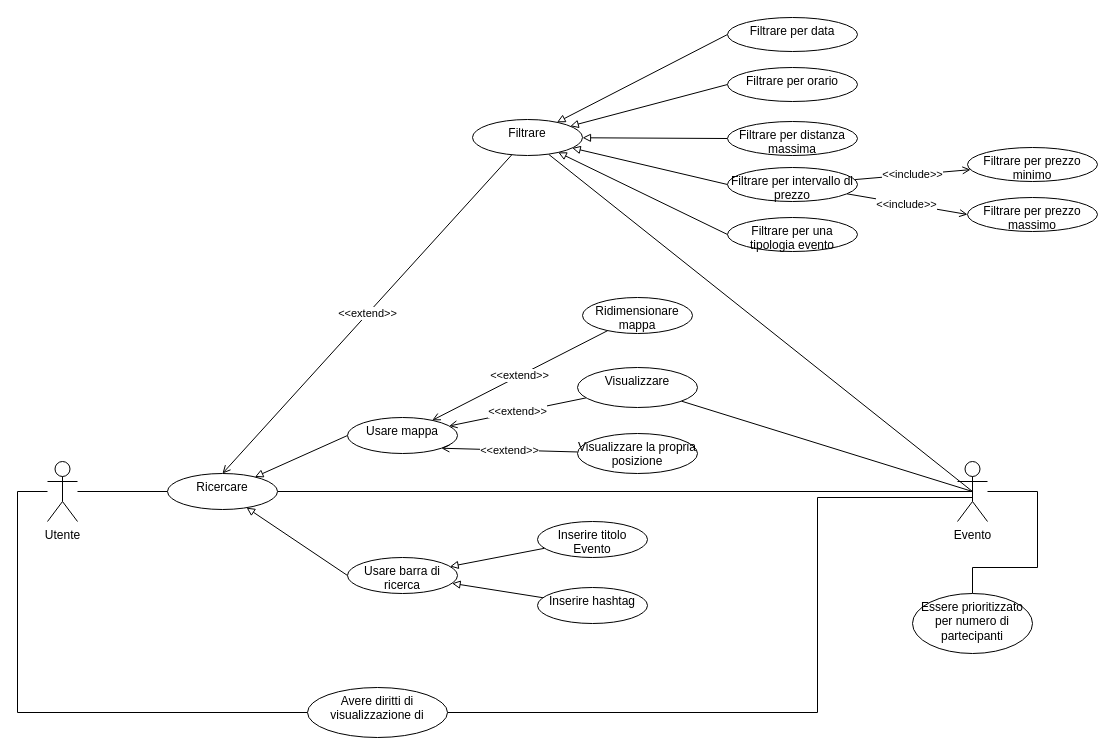
4spot-team/documentation keeps this draw.io diagram as UseCase/RF06_Ricerca_Mappa/Ricerca_Mappa.drawio. Above is the earlier version. Source tidied: cells renumbered, new cells numbered last; positions are measured from the earlier drawing's top-left corner, leaving out a move shared by most shapes. Both pictures are drawn from the tidied source at 100%, with x=0, y=0 at pixel (17, 17).
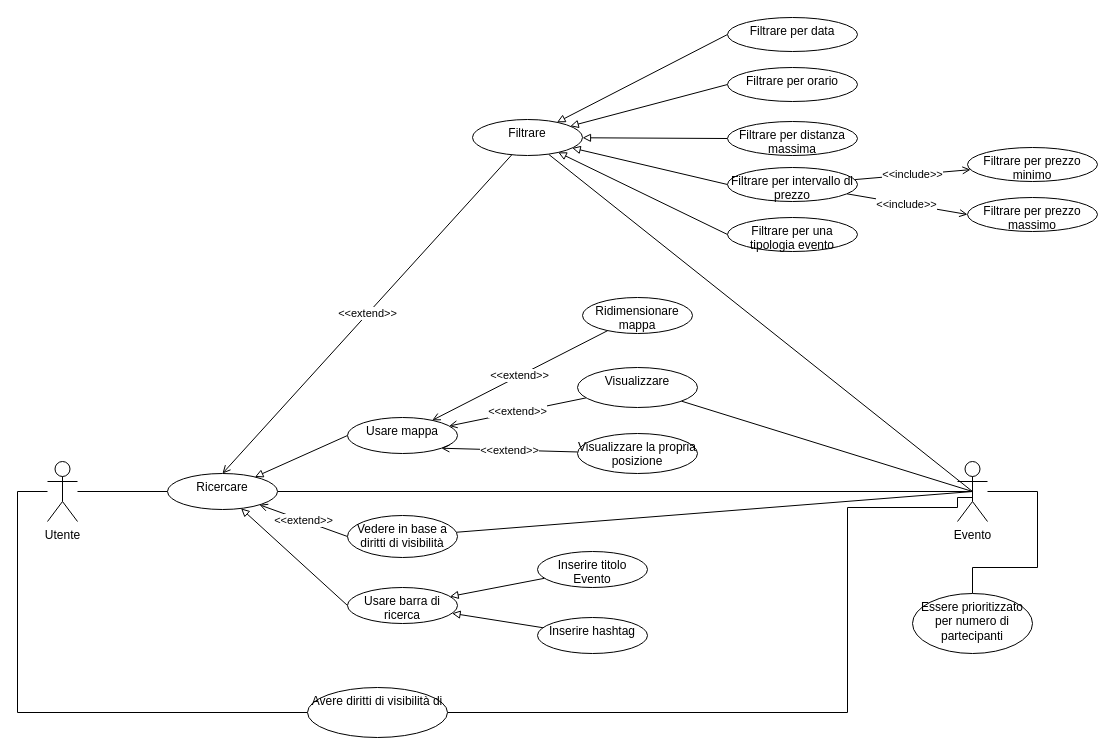
The same diagram, later.

The change refers to these unchanged cells:
```xml
<mxCell id="8" value="Ricercare" style="ellipse;whiteSpace=wrap;html=1;verticalAlign=top;" parent="1" vertex="1">
  <mxGeometry x="150" y="456" width="110" height="36" as="geometry" />
</mxCell>
<mxCell id="10" value="Evento" style="shape=umlActor;verticalLabelPosition=bottom;verticalAlign=top;html=1;" parent="1" vertex="1">
  <mxGeometry x="940" y="444" width="30" height="60" as="geometry" />
</mxCell>
```

What changed in the source:
```diff
@@
+    <mxCell id="44" value="&amp;lt;&amp;lt;extend&amp;gt;&amp;gt;" style="edgeStyle=none;rounded=0;jettySize=auto;html=1;endArrow=open;endFill=0;exitX=0;exitY=0.5;exitDx=0;exitDy=0;" parent="1" edge="1" source="46" target="8">
+      <mxGeometry relative="1" as="geometry" />
+    </mxCell>
@@
     <mxCell id="15" value="Usare barra di ricerca" style="ellipse;whiteSpace=wrap;html=1;verticalAlign=top;" parent="1" vertex="1">
-      <mxGeometry x="330" y="540" width="110" height="36" as="geometry" />
+      <mxGeometry x="330" y="570" width="110" height="36" as="geometry" />
     </mxCell>
@@
     <mxCell id="39" value="Inserire titolo Evento" style="ellipse;whiteSpace=wrap;html=1;verticalAlign=top;" parent="1" vertex="1">
-      <mxGeometry x="520" y="504" width="110" height="36" as="geometry" />
+      <mxGeometry x="520" y="534" width="110" height="36" as="geometry" />
     </mxCell>
     <mxCell id="40" value="Inserire hashtag" style="ellipse;whiteSpace=wrap;html=1;verticalAlign=top;" parent="1" vertex="1">
-      <mxGeometry x="520" y="570" width="110" height="36" as="geometry" />
+      <mxGeometry x="520" y="600" width="110" height="36" as="geometry" />
     </mxCell>
@@
-    <mxCell id="42" style="edgeStyle=orthogonalEdgeStyle;rounded=0;jettySize=auto;html=1;entryX=0.5;entryY=0.5;entryDx=0;entryDy=0;entryPerimeter=0;fontColor=none;endArrow=none;endFill=0;" parent="1" edge="1" source="43" target="10">
+    <mxCell id="42" style="edgeStyle=orthogonalEdgeStyle;rounded=0;jettySize=auto;html=1;fontColor=none;endArrow=none;endFill=0;" parent="1" edge="1" source="43">
       <mxGeometry relative="1" as="geometry">
+        <mxPoint x="955" y="480" as="targetPoint" />
         <Array as="points">
-          <mxPoint x="800" y="695" />
-          <mxPoint x="800" y="480" />
-          <mxPoint x="955" y="480" />
+          <mxPoint x="830" y="695" />
+          <mxPoint x="830" y="490" />
+          <mxPoint x="940" y="490" />
+          <mxPoint x="940" y="480" />
         </Array>
       </mxGeometry>
     </mxCell>
-    <mxCell id="43" value="Avere diritti di visualizzazione di" style="ellipse;whiteSpace=wrap;html=1;verticalAlign=top;" parent="1" vertex="1">
+    <mxCell id="43" value="Avere diritti di visibilità di" style="ellipse;whiteSpace=wrap;html=1;verticalAlign=top;" parent="1" vertex="1">
       <mxGeometry x="290" y="670" width="140" height="50" as="geometry" />
     </mxCell>
+    <mxCell id="45" style="edgeStyle=none;rounded=0;jettySize=auto;html=1;entryX=0.5;entryY=0.5;entryDx=0;entryDy=0;entryPerimeter=0;endArrow=none;endFill=0;" parent="1" edge="1" source="46" target="10">
+      <mxGeometry relative="1" as="geometry" />
+    </mxCell>
+    <mxCell id="46" value="Vedere in base a diritti di visibilità" style="ellipse;whiteSpace=wrap;html=1;verticalAlign=top;" parent="1" vertex="1">
+      <mxGeometry x="330" y="498" width="110" height="42" as="geometry" />
+    </mxCell>
```
